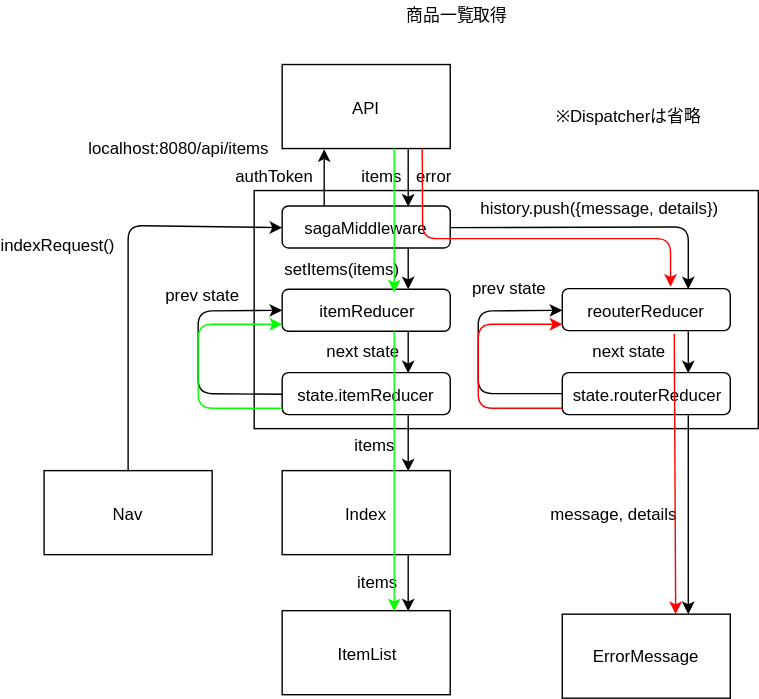
Earlier version of the draw.io export diagram/dataFlow/index.svg (emgniddikur/react-app). Source tidied: cells renumbered, new cells last; positions are measured from the earlier drawing's top-left corner, leaving out a move shared by most shapes.
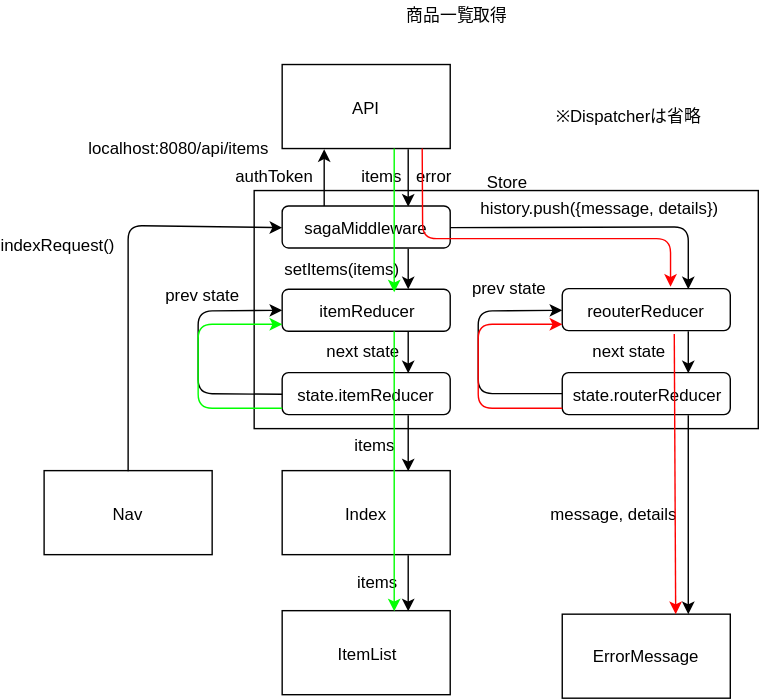
After the commit.

Commit message:
[Fix] Store、deleteのレスポンス

What changed in the source:
```diff
@@ -187,5 +187,8 @@
         <mxPoint x="461" y="437" as="targetPoint" />
       </mxGeometry>
     </mxCell>
+    <mxCell id="47" value="Store" style="text;html=1;strokeColor=none;fillColor=none;align=center;verticalAlign=middle;whiteSpace=wrap;rounded=0;" parent="1" vertex="1">
+      <mxGeometry x="320" y="117.5" width="40" height="20" as="geometry" />
+    </mxCell>
   </root>
 </mxGraphModel>
```
